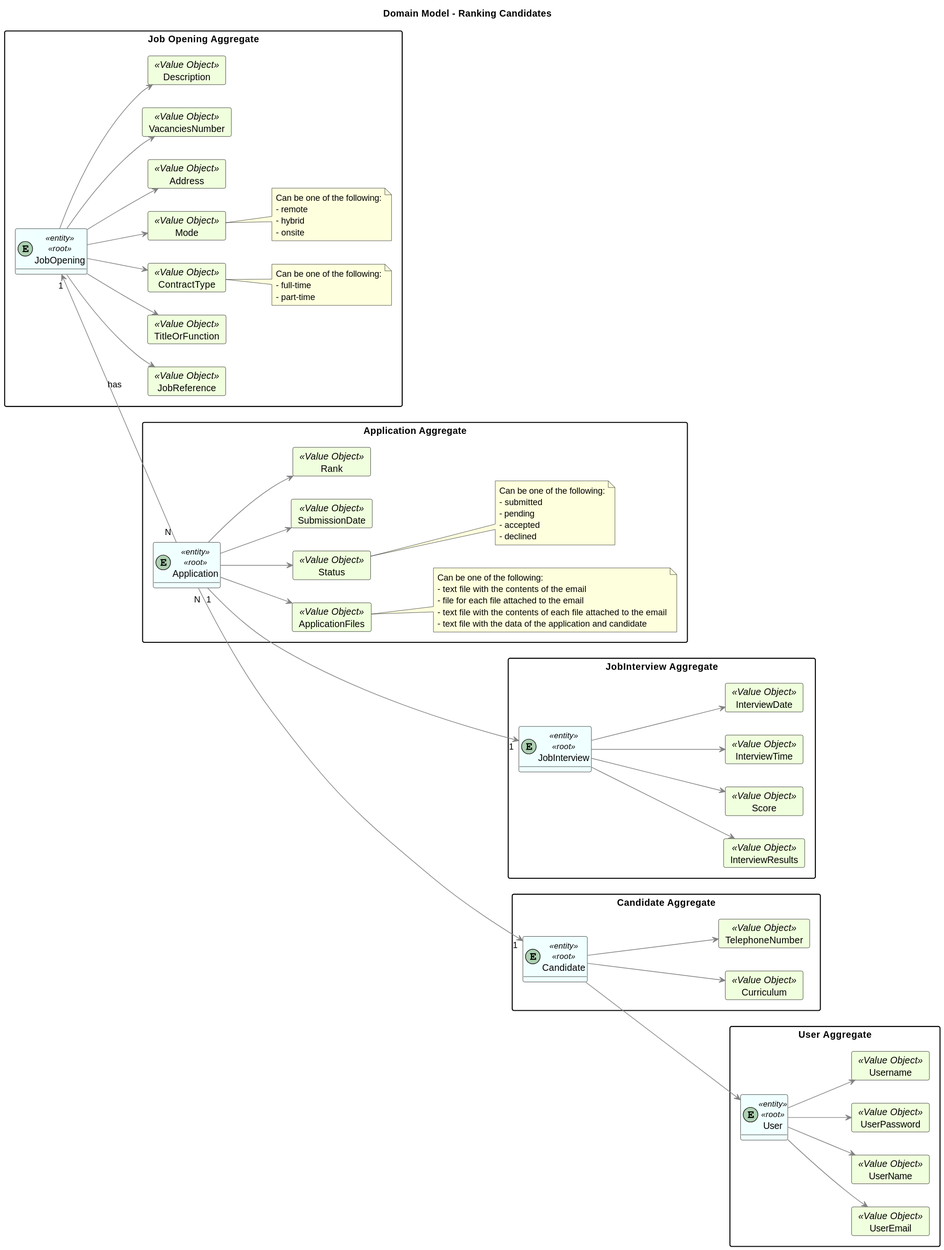
Before: docs/SprintC/rank-candidates-for-job-opening/domain-model.svg, a diagram exported from PlantUML (MiguelCardoso77/LAPR4).
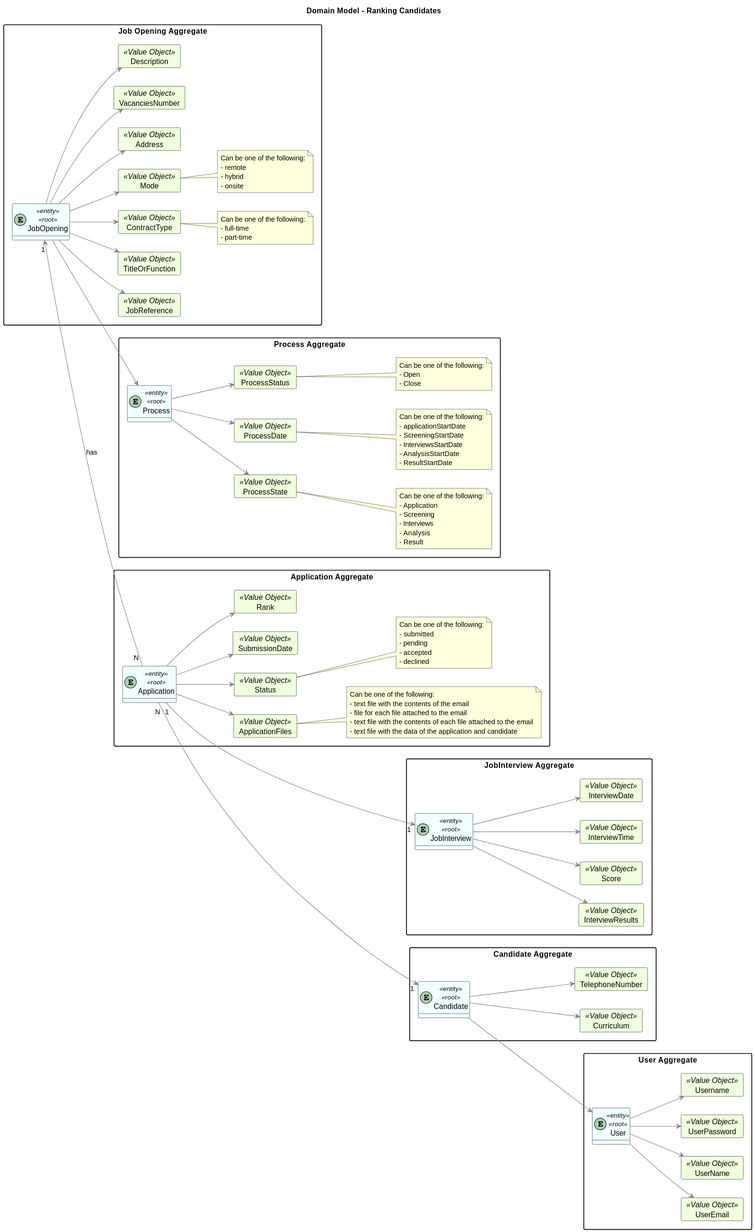
Later version of the same file.

The edit, as a diff of the source:
```diff
@@ -61,6 +61,45 @@
          - onsite
     end note
 
+}
+
+package "Process Aggregate"{
+entity Process <<entity>><<root>>
+
+    card ProcessState <<Value Object>> {
+    }
+    card ProcessDate <<Value Object>> {
+    }
+    card ProcessStatus <<Value Object>>{
+    }
+
+    Process --> ProcessState
+    Process --> ProcessDate
+    Process --> ProcessStatus
+
+    note right of ProcessDate
+        Can be one of the following:
+        - applicationStartDate
+        - ScreeningStartDate
+        - InterviewsStartDate
+        - AnalysisStartDate
+        - ResultStartDate
+    end note
+
+    note right of ProcessState
+        Can be one of the following:
+        - Application
+        - Screening
+        - Interviews
+        - Analysis
+        - Result
+    end note
+
+    note right of ProcessStatus
+        Can be one of the following:
+        - Open
+        - Close
+    end note
 }
 
 package "JobInterview Aggregate"{
@@ -152,4 +191,5 @@
 JobOpening "1" <-- "N " Application : has
 Application "N" ---> "1" Candidate
 Candidate --> User
+JobOpening  --> Process
 @enduml
```
